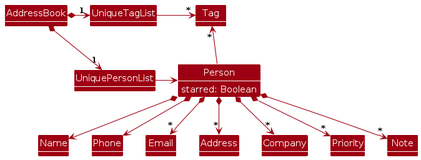
Earlier version of the PlantUML export diagrams/BetterModelClassDiagram.png (AY2324S2-CS2103T-F14-4/tp). Its source is kept beside it as diagrams/BetterModelClassDiagram.puml.
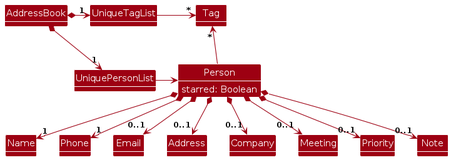
After the commit.

Diff of the diagram source:
```diff
@@ -19,12 +19,13 @@
 
 Person -up-> "*" Tag
 
-Person *--> Name
-Person *--> Phone
-Person *--> "*" Email
-Person *--> "*" Address
-Person *--> "*" Company
-Person *--> "*" Priority
-Person *--> "*" Note
+Person *--> "1" Name
+Person *--> "1" Phone
+Person *--> "0..1" Email
+Person *--> "0..1" Address
+Person *--> "0..1" Company
+Person *--> "0..1" Meeting
+Person *--> "0..1" Priority
+Person *--> "0..1" Note
 Person : starred: Boolean
 @enduml
```
